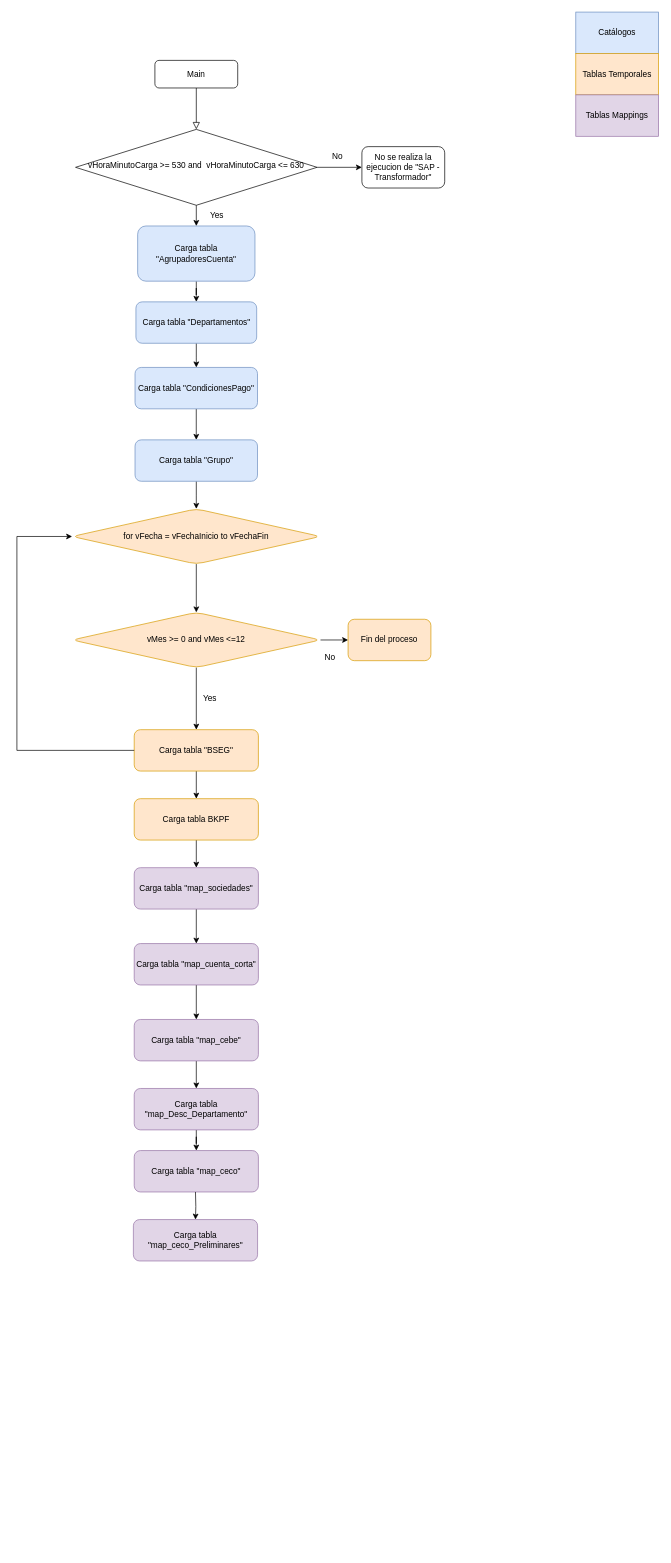
Above: Transformación SAP.drawio in David-hub-utn/Proceso-de-transformaci-n-de-SAP (draw.io), before the change. Source tidied: cells renumbered, new cells numbered last; positions are measured from the earlier drawing's top-left corner, leaving out a move shared by most shapes. Both pictures are drawn from the tidied source at 69%, with x=0, y=0 at pixel (17, 12).
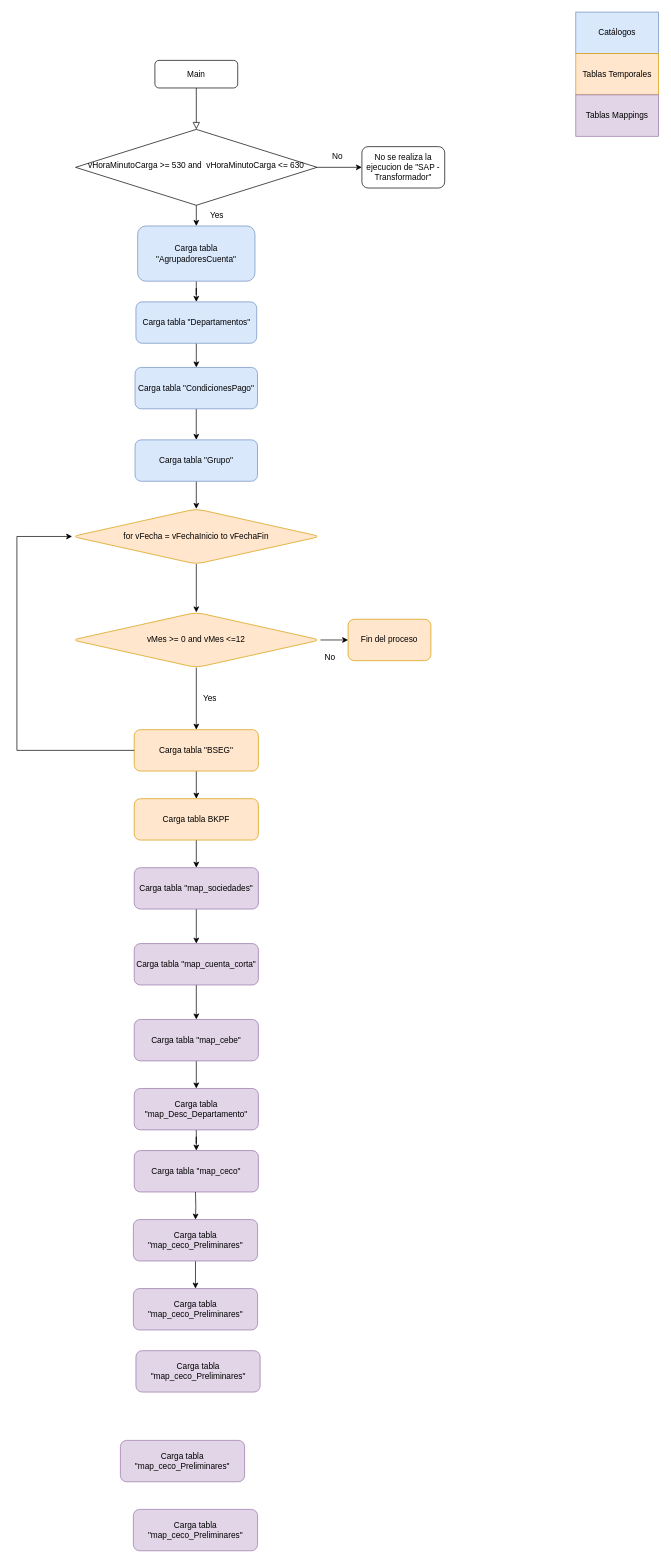
After the change.

The change refers to these unchanged cells:
```xml
<mxCell id="44" value="Carga tabla &quot;map_ceco_Preliminares&quot;" style="whiteSpace=wrap;html=1;fillColor=#e1d5e7;strokeColor=#9673a6;rounded=1;" parent="1" vertex="1">
  <mxGeometry x="168.8" y="1750" width="180" height="60" as="geometry" />
</mxCell>
```

Change to the diagram source:
```diff
@@
+    <mxCell id="45" style="edgeStyle=orthogonalEdgeStyle;rounded=0;jettySize=auto;html=1;" parent="1" edge="1" source="44" target="47">
+      <mxGeometry relative="1" as="geometry" />
+    </mxCell>
@@
+    <mxCell id="46" value="Carga tabla &quot;map_ceco_Preliminares&quot;" style="whiteSpace=wrap;html=1;fillColor=#e1d5e7;strokeColor=#9673a6;rounded=1;" parent="1" vertex="1">
+      <mxGeometry x="168.8" y="2170" width="180" height="60" as="geometry" />
+    </mxCell>
+    <mxCell id="47" value="Carga tabla &quot;map_ceco_Preliminares&quot;" style="whiteSpace=wrap;html=1;fillColor=#e1d5e7;strokeColor=#9673a6;rounded=1;" parent="1" vertex="1">
+      <mxGeometry x="168.8" y="1850" width="180" height="60" as="geometry" />
+    </mxCell>
+    <mxCell id="48" value="Carga tabla &quot;map_ceco_Preliminares&quot;" style="whiteSpace=wrap;html=1;fillColor=#e1d5e7;strokeColor=#9673a6;rounded=1;" parent="1" vertex="1">
+      <mxGeometry x="172.5" y="1940" width="180" height="60" as="geometry" />
+    </mxCell>
+    <mxCell id="49" value="Carga tabla &quot;map_ceco_Preliminares&quot;" style="whiteSpace=wrap;html=1;fillColor=#e1d5e7;strokeColor=#9673a6;rounded=1;" parent="1" vertex="1">
+      <mxGeometry x="150" y="2070" width="180" height="60" as="geometry" />
+    </mxCell>
```
